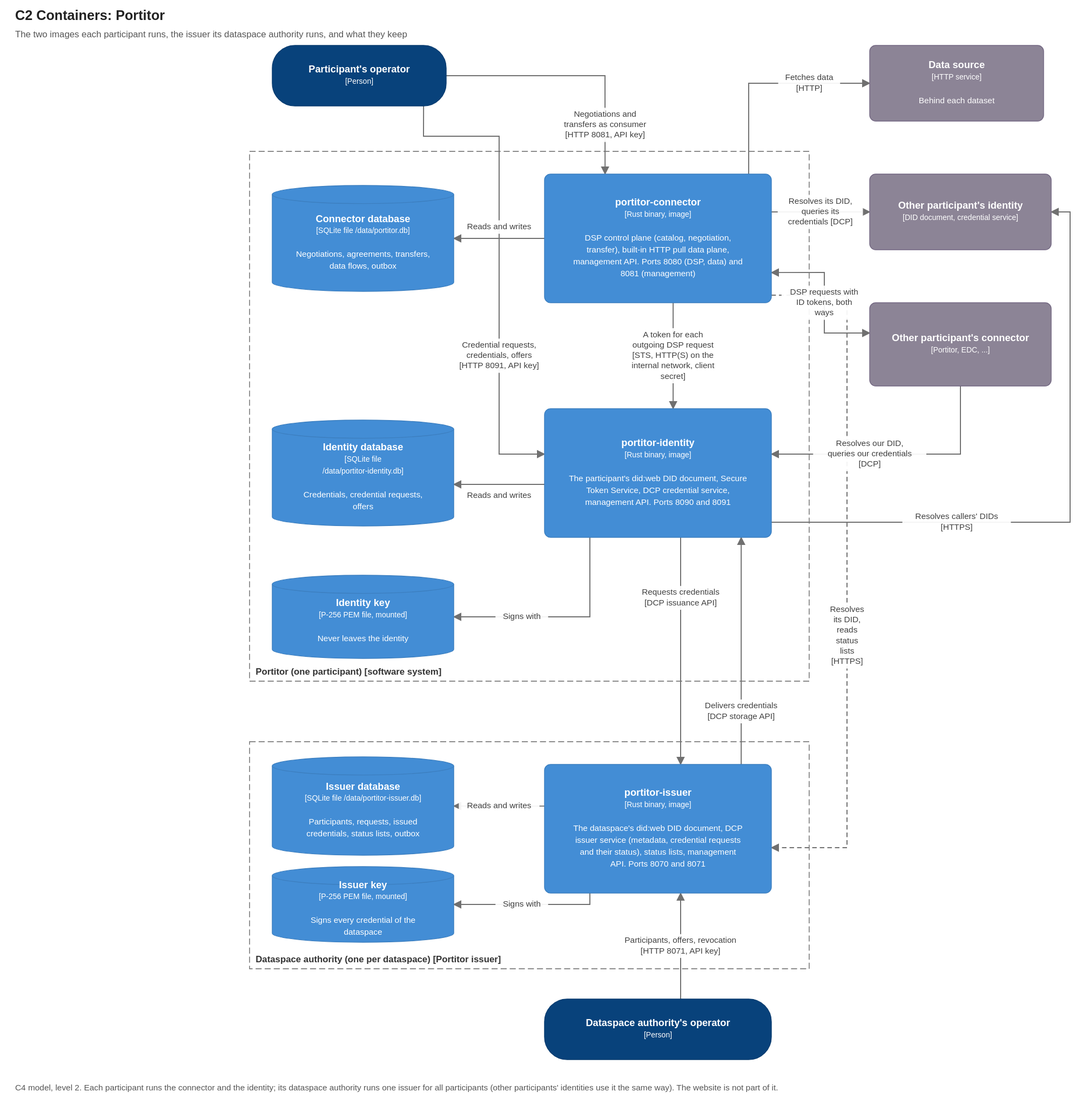
Earlier version of the draw.io export docs/diagrams/c2-containers.drawio.svg (brunopacheco1/ldsc). Source tidied: cells renumbered, new cells last; positions are measured from the earlier drawing's top-left corner, leaving out a move shared by most shapes.
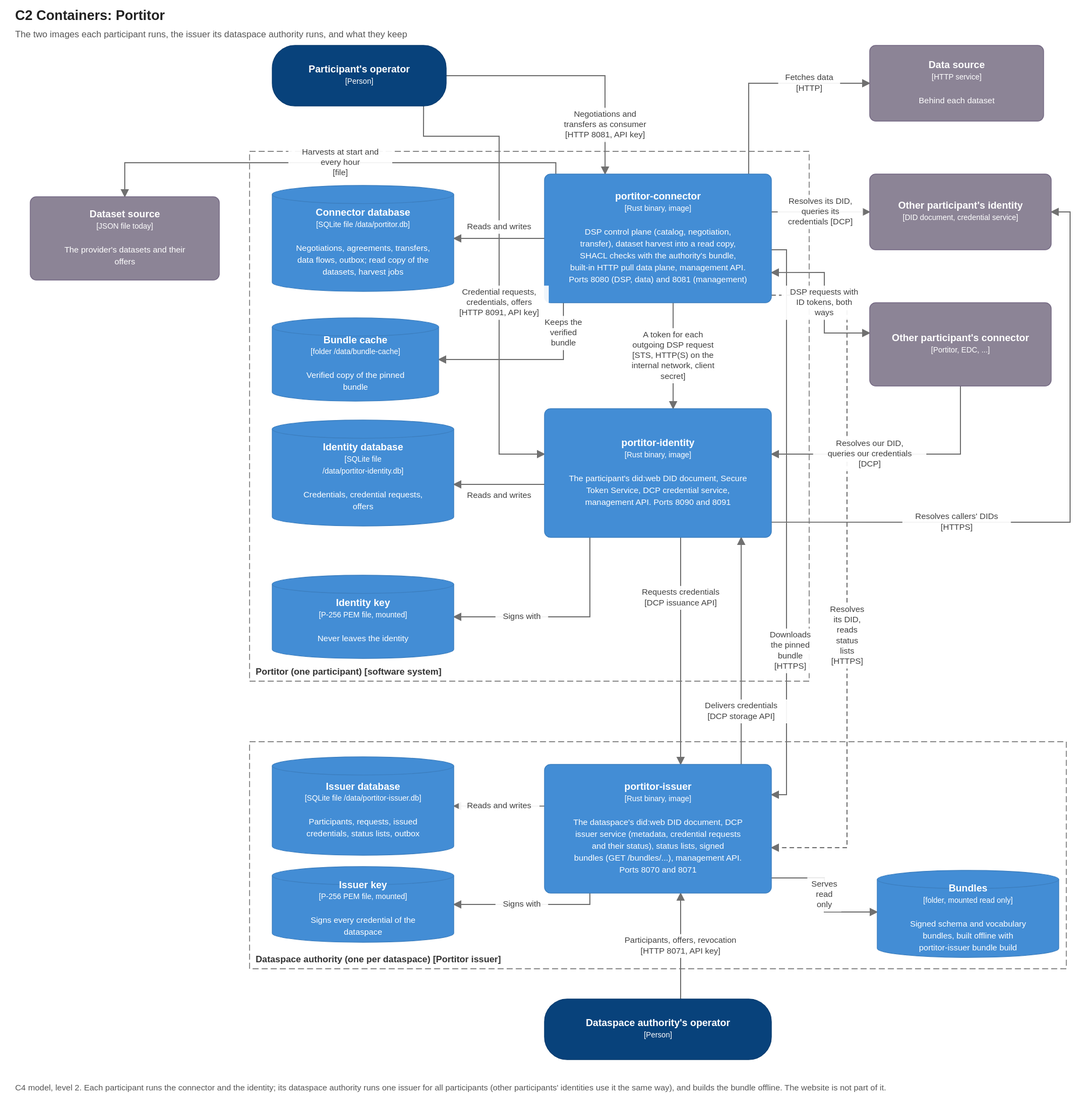
Above is the later version.

What changed in the source:
```diff
@@ -11,13 +11,13 @@
     <mxCell id="4" value="&lt;b&gt;Data source&lt;/b&gt;&lt;br&gt;&lt;font style=&quot;font-size:10px&quot;&gt;[HTTP service]&lt;/font&gt;&lt;br&gt;&lt;br&gt;&lt;font style=&quot;font-size:11px&quot;&gt;Behind each dataset&lt;/font&gt;" style="rounded=1;arcSize=8;whiteSpace=wrap;html=1;fillColor=#8C8496;strokeColor=#736782;fontColor=#FFFFFF;fontSize=13;align=center;verticalAlign=middle;c4Kind=external;c4Name=Data source;" parent="1" vertex="1">
       <mxGeometry x="1130" width="230" height="100" as="geometry" />
     </mxCell>
-    <mxCell id="5" value="&lt;b&gt;portitor-connector&lt;/b&gt;&lt;br&gt;&lt;font style=&quot;font-size:10px&quot;&gt;[Rust binary, image]&lt;/font&gt;&lt;br&gt;&lt;br&gt;&lt;font style=&quot;font-size:11px&quot;&gt;DSP control plane (catalog, negotiation, transfer), built-in HTTP pull data plane, management API. Ports 8080 (DSP, data) and 8081 (management)&lt;/font&gt;" style="rounded=1;arcSize=8;whiteSpace=wrap;html=1;fillColor=#438DD5;strokeColor=#3C7FC0;fontColor=#FFFFFF;fontSize=13;align=center;verticalAlign=middle;c4Kind=container;c4Name=portitor-connector;" parent="1" vertex="1">
+    <mxCell id="5" value="&lt;b&gt;portitor-connector&lt;/b&gt;&lt;br&gt;&lt;font style=&quot;font-size:10px&quot;&gt;[Rust binary, image]&lt;/font&gt;&lt;br&gt;&lt;br&gt;&lt;font style=&quot;font-size:11px&quot;&gt;DSP control plane (catalog, negotiation, transfer), dataset harvest into a read copy, SHACL checks with the authority&amp;#x27;s bundle, built-in HTTP pull data plane, management API. Ports 8080 (DSP, data) and 8081 (management)&lt;/font&gt;" style="rounded=1;arcSize=8;whiteSpace=wrap;html=1;fillColor=#438DD5;strokeColor=#3C7FC0;fontColor=#FFFFFF;fontSize=13;align=center;verticalAlign=middle;c4Kind=container;c4Name=portitor-connector;" parent="1" vertex="1">
       <mxGeometry x="700" y="170" width="300" height="170" as="geometry" />
     </mxCell>
     <mxCell id="6" value="&lt;b&gt;portitor-identity&lt;/b&gt;&lt;br&gt;&lt;font style=&quot;font-size:10px&quot;&gt;[Rust binary, image]&lt;/font&gt;&lt;br&gt;&lt;br&gt;&lt;font style=&quot;font-size:11px&quot;&gt;The participant&amp;#x27;s did:web DID document, Secure Token Service, DCP credential service, management API. Ports 8090 and 8091&lt;/font&gt;" style="rounded=1;arcSize=8;whiteSpace=wrap;html=1;fillColor=#438DD5;strokeColor=#3C7FC0;fontColor=#FFFFFF;fontSize=13;align=center;verticalAlign=middle;c4Kind=container;c4Name=portitor-identity;" parent="1" vertex="1">
       <mxGeometry x="700" y="480" width="300" height="170" as="geometry" />
     </mxCell>
-    <mxCell id="7" value="&lt;b&gt;Connector database&lt;/b&gt;&lt;br&gt;&lt;font style=&quot;font-size:10px&quot;&gt;[SQLite file /data/portitor.db]&lt;/font&gt;&lt;br&gt;&lt;br&gt;&lt;font style=&quot;font-size:11px&quot;&gt;Negotiations, agreements, transfers, data flows, outbox&lt;/font&gt;" style="shape=cylinder3;size=12;boundedLbl=1;whiteSpace=wrap;html=1;fillColor=#438DD5;strokeColor=#3C7FC0;fontColor=#FFFFFF;fontSize=13;align=center;verticalAlign=middle;c4Kind=database;c4Name=Connector database;" parent="1" vertex="1">
+    <mxCell id="7" value="&lt;b&gt;Connector database&lt;/b&gt;&lt;br&gt;&lt;font style=&quot;font-size:10px&quot;&gt;[SQLite file /data/portitor.db]&lt;/font&gt;&lt;br&gt;&lt;br&gt;&lt;font style=&quot;font-size:11px&quot;&gt;Negotiations, agreements, transfers, data flows, outbox; read copy of the datasets, harvest jobs&lt;/font&gt;" style="shape=cylinder3;size=12;boundedLbl=1;whiteSpace=wrap;html=1;fillColor=#438DD5;strokeColor=#3C7FC0;fontColor=#FFFFFF;fontSize=13;align=center;verticalAlign=middle;c4Kind=database;c4Name=Connector database;" parent="1" vertex="1">
       <mxGeometry x="340" y="185" width="240" height="140" as="geometry" />
     </mxCell>
     <mxCell id="8" value="&lt;b&gt;Identity database&lt;/b&gt;&lt;br&gt;&lt;font style=&quot;font-size:10px&quot;&gt;[SQLite file /data/portitor-identity.db]&lt;/font&gt;&lt;br&gt;&lt;br&gt;&lt;font style=&quot;font-size:11px&quot;&gt;Credentials, credential requests, offers&lt;/font&gt;" style="shape=cylinder3;size=12;boundedLbl=1;whiteSpace=wrap;html=1;fillColor=#438DD5;strokeColor=#3C7FC0;fontColor=#FFFFFF;fontSize=13;align=center;verticalAlign=middle;c4Kind=database;c4Name=Identity database;" parent="1" vertex="1">
@@ -90,9 +90,9 @@
       </mxGeometry>
     </mxCell>
     <mxCell id="22" value="Dataspace authority (one per dataspace)  [Portitor issuer]" style="rounded=0;whiteSpace=wrap;html=1;fillColor=none;dashed=1;dashPattern=8 4;strokeColor=#666666;fontColor=#333333;align=left;verticalAlign=bottom;spacingLeft=8;spacingBottom=4;fontSize=12;fontStyle=1;" parent="1" vertex="1">
-      <mxGeometry x="310" y="920" width="740" height="300" as="geometry" />
+      <mxGeometry x="310" y="920" width="1080" height="300" as="geometry" />
     </mxCell>
-    <mxCell id="23" value="&lt;b&gt;portitor-issuer&lt;/b&gt;&lt;br&gt;&lt;font style=&quot;font-size:10px&quot;&gt;[Rust binary, image]&lt;/font&gt;&lt;br&gt;&lt;br&gt;&lt;font style=&quot;font-size:11px&quot;&gt;The dataspace&amp;#x27;s did:web DID document, DCP issuer service (metadata, credential requests and their status), status lists, management API. Ports 8070 and 8071&lt;/font&gt;" style="rounded=1;arcSize=8;whiteSpace=wrap;html=1;fillColor=#438DD5;strokeColor=#3C7FC0;fontColor=#FFFFFF;fontSize=13;align=center;verticalAlign=middle;c4Kind=container;c4Name=portitor-issuer;" parent="1" vertex="1">
+    <mxCell id="23" value="&lt;b&gt;portitor-issuer&lt;/b&gt;&lt;br&gt;&lt;font style=&quot;font-size:10px&quot;&gt;[Rust binary, image]&lt;/font&gt;&lt;br&gt;&lt;br&gt;&lt;font style=&quot;font-size:11px&quot;&gt;The dataspace&amp;#x27;s did:web DID document, DCP issuer service (metadata, credential requests and their status), status lists, signed bundles (GET /bundles/...), management API. Ports 8070 and 8071&lt;/font&gt;" style="rounded=1;arcSize=8;whiteSpace=wrap;html=1;fillColor=#438DD5;strokeColor=#3C7FC0;fontColor=#FFFFFF;fontSize=13;align=center;verticalAlign=middle;c4Kind=container;c4Name=portitor-issuer;" parent="1" vertex="1">
       <mxGeometry x="700" y="950" width="300" height="170" as="geometry" />
     </mxCell>
     <mxCell id="24" value="&lt;b&gt;Issuer database&lt;/b&gt;&lt;br&gt;&lt;font style=&quot;font-size:10px&quot;&gt;[SQLite file /data/portitor-issuer.db]&lt;/font&gt;&lt;br&gt;&lt;br&gt;&lt;font style=&quot;font-size:11px&quot;&gt;Participants, requests, issued credentials, status lists, outbox&lt;/font&gt;" style="shape=cylinder3;size=12;boundedLbl=1;whiteSpace=wrap;html=1;fillColor=#438DD5;strokeColor=#3C7FC0;fontColor=#FFFFFF;fontSize=13;align=center;verticalAlign=middle;c4Kind=database;c4Name=Issuer database;" parent="1" vertex="1">
@@ -131,16 +131,56 @@
     <mxCell id="32" value="Participants, offers, revocation&#10;[HTTP 8071, API key]" style="endArrow=blockThin;endFill=1;html=1;rounded=0;strokeColor=#707070;fontSize=11;fontColor=#404040;labelBackgroundColor=#FFFFFF;exitX=0.600;exitY=0.000;exitPerimeter=0;entryX=0.600;entryY=1.000;entryPerimeter=0;" parent="1" edge="1" source="26" target="23">
       <mxGeometry relative="1" as="geometry" />
     </mxCell>
+    <mxCell id="34" value="Resolves callers' DIDs&#10;[HTTPS]" style="endArrow=blockThin;endFill=1;html=1;rounded=0;strokeColor=#707070;fontSize=11;fontColor=#404040;labelBackgroundColor=#FFFFFF;exitX=1.000;exitY=0.882;exitPerimeter=0;entryX=1.000;entryY=0.500;entryPerimeter=0;" parent="1" edge="1" source="6" target="10">
+      <mxGeometry relative="1" as="geometry">
+        <Array as="points">
+          <mxPoint x="1395" y="630" />
+          <mxPoint x="1395" y="220" />
+        </Array>
+      </mxGeometry>
+    </mxCell>
+    <mxCell id="35" value="&lt;b&gt;Bundle cache&lt;/b&gt;&lt;br&gt;&lt;font style=&quot;font-size:10px&quot;&gt;[folder /data/bundle-cache]&lt;/font&gt;&lt;br&gt;&lt;br&gt;&lt;font style=&quot;font-size:11px&quot;&gt;Verified copy of the pinned bundle&lt;/font&gt;" style="shape=cylinder3;size=12;boundedLbl=1;whiteSpace=wrap;html=1;fillColor=#438DD5;strokeColor=#3C7FC0;fontColor=#FFFFFF;fontSize=13;align=center;verticalAlign=middle;c4Kind=database;c4Name=Bundle cache;" parent="1" vertex="1">
+      <mxGeometry x="340" y="360" width="220" height="110" as="geometry" />
+    </mxCell>
+    <mxCell id="36" value="Keeps the verified bundle" style="endArrow=blockThin;endFill=1;html=1;rounded=0;strokeColor=#707070;fontSize=11;fontColor=#404040;labelBackgroundColor=#FFFFFF;exitX=0.083;exitY=1.000;exitPerimeter=0;entryX=1.000;entryY=0.500;entryPerimeter=0;" parent="1" edge="1" source="5" target="35">
+      <mxGeometry relative="1" as="geometry">
+        <Array as="points">
+          <mxPoint x="725" y="415" />
+        </Array>
+      </mxGeometry>
+    </mxCell>
+    <mxCell id="37" value="&lt;b&gt;Dataset source&lt;/b&gt;&lt;br&gt;&lt;font style=&quot;font-size:10px&quot;&gt;[JSON file today]&lt;/font&gt;&lt;br&gt;&lt;br&gt;&lt;font style=&quot;font-size:11px&quot;&gt;The provider&amp;#x27;s datasets and their offers&lt;/font&gt;" style="rounded=1;arcSize=8;whiteSpace=wrap;html=1;fillColor=#8C8496;strokeColor=#736782;fontColor=#FFFFFF;fontSize=13;align=center;verticalAlign=middle;c4Kind=external;c4Name=Dataset source;" parent="1" vertex="1">
+      <mxGeometry x="20" y="200" width="250" height="110" as="geometry" />
+    </mxCell>
+    <mxCell id="38" value="Harvests at start and every hour&#10;[file]" style="endArrow=blockThin;endFill=1;html=1;rounded=0;strokeColor=#707070;fontSize=11;fontColor=#404040;labelBackgroundColor=#FFFFFF;exitX=0.050;exitY=0.000;exitPerimeter=0;entryX=0.500;entryY=0.000;entryPerimeter=0;" parent="1" edge="1" source="5" target="37">
+      <mxGeometry relative="1" as="geometry">
+        <Array as="points">
+          <mxPoint x="715" y="155" />
+          <mxPoint x="145" y="155" />
+        </Array>
+      </mxGeometry>
+    </mxCell>
+    <mxCell id="39" value="&lt;b&gt;Bundles&lt;/b&gt;&lt;br&gt;&lt;font style=&quot;font-size:10px&quot;&gt;[folder, mounted read only]&lt;/font&gt;&lt;br&gt;&lt;br&gt;&lt;font style=&quot;font-size:11px&quot;&gt;Signed schema and vocabulary bundles, built offline with portitor-issuer bundle build&lt;/font&gt;" style="shape=cylinder3;size=12;boundedLbl=1;whiteSpace=wrap;html=1;fillColor=#438DD5;strokeColor=#3C7FC0;fontColor=#FFFFFF;fontSize=13;align=center;verticalAlign=middle;c4Kind=database;c4Name=Bundles;" parent="1" vertex="1">
+      <mxGeometry x="1140" y="1090" width="240" height="115" as="geometry" />
+    </mxCell>
+    <mxCell id="40" value="Serves read only" style="endArrow=blockThin;endFill=1;html=1;rounded=0;strokeColor=#707070;fontSize=11;fontColor=#404040;labelBackgroundColor=#FFFFFF;exitX=1.000;exitY=0.882;exitPerimeter=0;entryX=0.000;entryY=0.478;entryPerimeter=0;" parent="1" edge="1" source="23" target="39">
+      <mxGeometry relative="1" as="geometry">
+        <Array as="points">
+          <mxPoint x="1070" y="1100" />
+          <mxPoint x="1070" y="1145" />
+        </Array>
+      </mxGeometry>
+    </mxCell>
+    <mxCell id="41" value="Downloads the pinned bundle&#10;[HTTPS]" style="endArrow=blockThin;endFill=1;html=1;rounded=0;strokeColor=#707070;fontSize=11;fontColor=#404040;labelBackgroundColor=#FFFFFF;exitX=1.000;exitY=0.588;exitPerimeter=0;entryX=1.000;entryY=0.235;entryPerimeter=0;" parent="1" edge="1" source="5" target="23">
+      <mxGeometry relative="1" as="geometry">
+        <Array as="points">
+          <mxPoint x="1020" y="270" />
+          <mxPoint x="1020" y="990" />
+        </Array>
+      </mxGeometry>
+    </mxCell>
-    <mxCell id="33" value="C4 model, level 2. Each participant runs the connector and the identity; its dataspace authority runs one issuer for all participants (other participants' identities use it the same way). The website is not part of it." style="text;html=1;align=left;verticalAlign=top;fontSize=11;fontColor=#555555;whiteSpace=wrap;" parent="1" vertex="1">
+    <mxCell id="33" value="C4 model, level 2. Each participant runs the connector and the identity; its dataspace authority runs one issuer for all participants (other participants' identities use it the same way), and builds the bundle offline. The website is not part of it." style="text;html=1;align=left;verticalAlign=top;fontSize=11;fontColor=#555555;whiteSpace=wrap;" parent="1" vertex="1">
       <mxGeometry y="1360" width="1400" height="40" as="geometry" />
     </mxCell>
-    <mxCell id="34" value="Resolves callers' DIDs&#10;[HTTPS]" style="endArrow=blockThin;endFill=1;html=1;rounded=0;strokeColor=#707070;fontSize=11;fontColor=#404040;labelBackgroundColor=#FFFFFF;exitX=1.000;exitY=0.882;exitPerimeter=0;entryX=1.000;entryY=0.500;entryPerimeter=0;" parent="1" edge="1" source="6" target="10">
-      <mxGeometry relative="1" as="geometry">
-        <Array as="points">
-          <mxPoint x="1395" y="630" />
-          <mxPoint x="1395" y="220" />
-        </Array>
-      </mxGeometry>
-    </mxCell>
   </root>
 </mxGraphModel>
```
